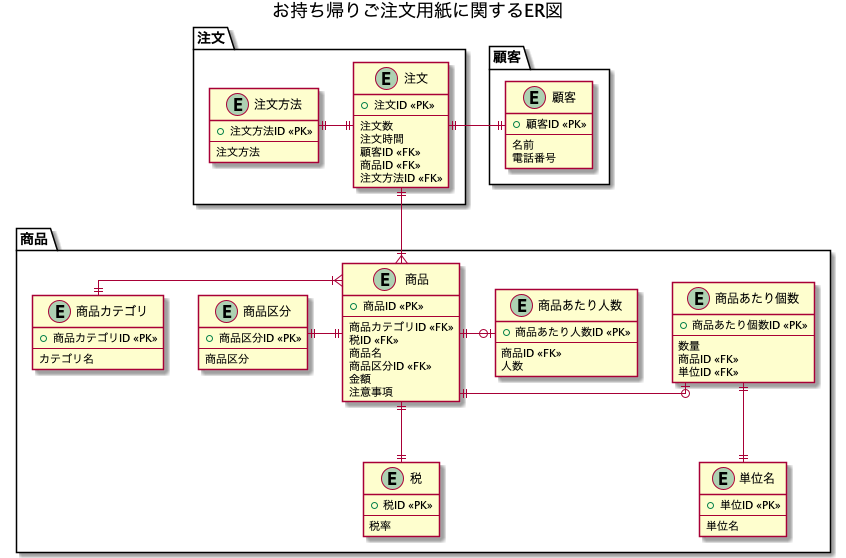
This is assets/お持ち帰りご注文用紙に関するER図.png from kamimi01/praha_challenge_tasks, a PlantUML export, as it was before one commit.
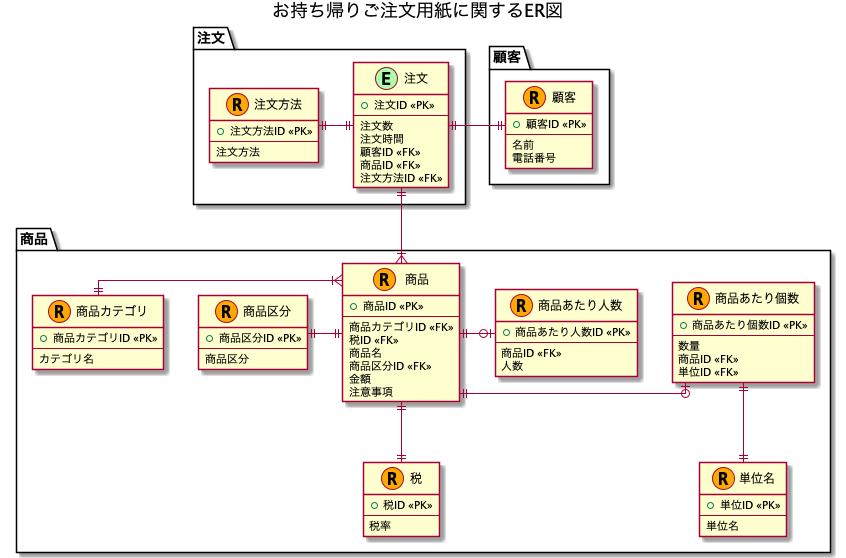
The same diagram one commit later.

Change to the diagram source:
```diff
@@ -4,8 +4,12 @@
 
 skinparam Linetype ortho
 
+
+!define EVENT_MARK_COLOR AAFFAA
+!define RESOURCE_MARK_COLOR FFAA00
+
 package "注文" as orderpkg {
-  entity "注文" as order {
+  entity "注文" as order <<E, EVENT_MARK_COLOR>> {
     + 注文ID <<PK>>
     ---
     注文数
@@ -15,7 +19,7 @@
     注文方法ID <<FK>>
   }
 
-  entity "注文方法" as order_method {
+  entity "注文方法" as order_method <<R, RESOURCE_MARK_COLOR>> {
     + 注文方法ID <<PK>>
     ---
     注文方法
@@ -23,19 +27,19 @@
 }
 
 package "商品" as productpkg {
-  entity "商品カテゴリ" as product_category {
+  entity "商品カテゴリ" as product_category <<R, RESOURCE_MARK_COLOR>> {
     + 商品カテゴリID <<PK>>
     ---
     カテゴリ名
   }
 
-  entity "税" as tax {
+  entity "税" as tax <<R, RESOURCE_MARK_COLOR>> {
     + 税ID <<PK>>
     ---
     税率
   }
 
-  entity "商品" as product {
+  entity "商品" as product <<R, RESOURCE_MARK_COLOR>> {
     + 商品ID <<PK>>
     ---
     商品カテゴリID <<FK>>
@@ -46,13 +50,13 @@
     注意事項
   }
 
-  entity "商品区分" as product_class {
+  entity "商品区分" as product_class <<R, RESOURCE_MARK_COLOR>> {
     + 商品区分ID <<PK>>
     ---
     商品区分
   }
 
-  entity "商品あたり個数" as product_num {
+  entity "商品あたり個数" as product_num <<R, RESOURCE_MARK_COLOR>> {
     + 商品あたり個数ID <<PK>>
     ---
     数量
@@ -60,13 +64,13 @@
     単位ID <<FK>>
   }
 
-  entity "単位名" as unit {
+  entity "単位名" as unit <<R, RESOURCE_MARK_COLOR>> {
     + 単位ID <<PK>>
     ---
     単位名
   }
 
-  entity "商品あたり人数" as product_person_num {
+  entity "商品あたり人数" as product_person_num <<R, RESOURCE_MARK_COLOR>> {
     + 商品あたり人数ID <<PK>>
     ---
     商品ID <<FK>>
@@ -75,7 +79,7 @@
 }
 
 package "顧客" as customer_pkg {
-  entity "顧客" as customer {
+  entity "顧客" as customer <<R, RESOURCE_MARK_COLOR>> {
     + 顧客ID <<PK>>
     ---
     名前
```
